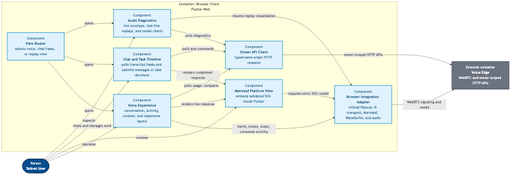
Above: products/voice-agent/docs/architecture/c3-browser-client.png in ragavsathish/agent-workload-platform (Mermaid), before the change. Its source is kept beside it as products/voice-agent/docs/architecture/c3-browser-client.mmd. The source it was exported from:
```mermaid
flowchart LR
    USER([Person<br/><b>Tailnet User</b>])
    EDGE[External container<br/><b>Voice Edge</b><br/>WebRTC and owner-scoped HTTP APIs]

    subgraph BROWSER["Container: Browser Client · Flutter Web"]
        direction TB
        ROUTER["Component<br/><b>View Router</b><br/>selects voice, chat/tasks, or replay view"]
        VOICE["Component<br/><b>Voice Experience</b><br/>conversation, activity, context, and responsive layout"]
        TIMELINE["Component<br/><b>Chat and Task Timeline</b><br/>polls transcript/tasks and submits messages or task decisions"]
        AUDIO["Component<br/><b>Audio Diagnostics</b><br/>live envelope, last-five replays, and model charts"]
        API["Component<br/><b>Owner API Client</b><br/>typed same-origin HTTP requests"]
        DIAGRAM["Component<br/><b>Mermaid Platform View</b><br/>embeds validated SVG inside Flutter"]
        ADAPTER["Component<br/><b>Browser Integration Adapter</b><br/>official Pipecat JS transport, Mermaid, WaveSurfer, and audio"]

        ROUTER -->|"opens"| VOICE
        ROUTER -->|"opens"| TIMELINE
        ROUTER -->|"opens"| AUDIO
        VOICE -->|"starts, mutes, stops; consumes activity"| ADAPTER
        VOICE -->|"renders live response"| DIAGRAM
        TIMELINE -->|"renders completed response"| DIAGRAM
        DIAGRAM -->|"requests strict SVG render"| ADAPTER
        VOICE -->|"polls usage; compacts"| API
        TIMELINE -->|"polls and commands"| API
        AUDIO -->|"polls diagnostics"| API
        AUDIO -->|"mounts replay visualization"| ADAPTER
    end

    USER -->|"operates"| VOICE
    USER -->|"reviews"| DIAGRAM
    USER -->|"chats and manages work"| TIMELINE
    USER -->|"inspects"| AUDIO
    ADAPTER -->|"WebRTC signaling and media"| EDGE
    API -->|"owner-scoped HTTP APIs"| EDGE

    classDef person fill:#084c8d,color:#fff,stroke:#05345f,stroke-width:2px;
    classDef component fill:#e0f2fe,color:#0c4a6e,stroke:#0284c7,stroke-width:2px;
    classDef external fill:#6b7280,color:#fff,stroke:#374151,stroke-width:2px;
    class USER person;
    class ROUTER,VOICE,TIMELINE,AUDIO,API,DIAGRAM,ADAPTER component;
    class EDGE external;
```
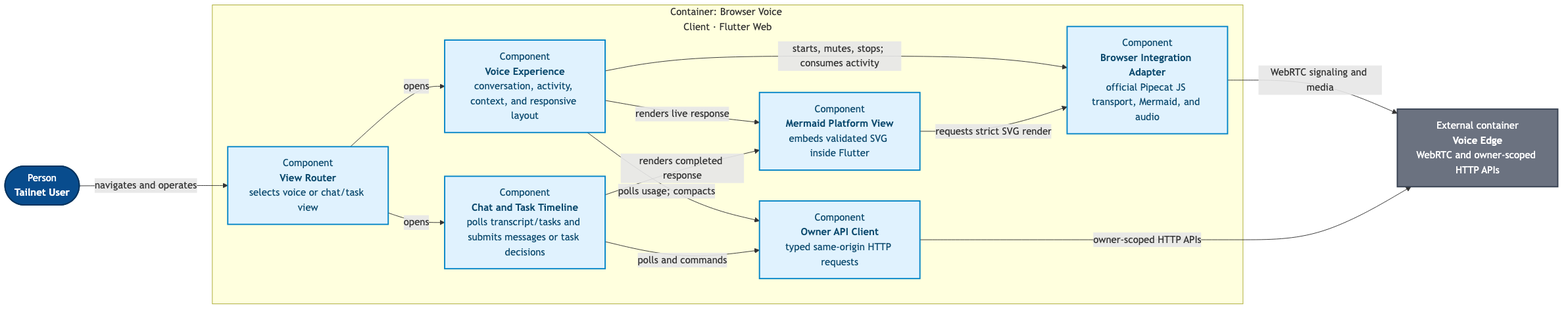
The same diagram one commit later.

Diff of the diagram source:
```diff
@@ -2,33 +2,26 @@
     USER([Person<br/><b>Tailnet User</b>])
     EDGE[External container<br/><b>Voice Edge</b><br/>WebRTC and owner-scoped HTTP APIs]
 
-    subgraph BROWSER["Container: Browser Client · Flutter Web"]
+    subgraph BROWSER["Container: Browser Voice Client · Flutter Web"]
         direction TB
-        ROUTER["Component<br/><b>View Router</b><br/>selects voice, chat/tasks, or replay view"]
+        ROUTER["Component<br/><b>View Router</b><br/>selects voice or chat/task view"]
         VOICE["Component<br/><b>Voice Experience</b><br/>conversation, activity, context, and responsive layout"]
         TIMELINE["Component<br/><b>Chat and Task Timeline</b><br/>polls transcript/tasks and submits messages or task decisions"]
-        AUDIO["Component<br/><b>Audio Diagnostics</b><br/>live envelope, last-five replays, and model charts"]
         API["Component<br/><b>Owner API Client</b><br/>typed same-origin HTTP requests"]
         DIAGRAM["Component<br/><b>Mermaid Platform View</b><br/>embeds validated SVG inside Flutter"]
-        ADAPTER["Component<br/><b>Browser Integration Adapter</b><br/>official Pipecat JS transport, Mermaid, WaveSurfer, and audio"]
+        ADAPTER["Component<br/><b>Browser Integration Adapter</b><br/>official Pipecat JS transport, Mermaid, and audio"]
 
         ROUTER -->|"opens"| VOICE
         ROUTER -->|"opens"| TIMELINE
-        ROUTER -->|"opens"| AUDIO
         VOICE -->|"starts, mutes, stops; consumes activity"| ADAPTER
         VOICE -->|"renders live response"| DIAGRAM
         TIMELINE -->|"renders completed response"| DIAGRAM
         DIAGRAM -->|"requests strict SVG render"| ADAPTER
         VOICE -->|"polls usage; compacts"| API
         TIMELINE -->|"polls and commands"| API
-        AUDIO -->|"polls diagnostics"| API
-        AUDIO -->|"mounts replay visualization"| ADAPTER
     end
 
-    USER -->|"operates"| VOICE
-    USER -->|"reviews"| DIAGRAM
-    USER -->|"chats and manages work"| TIMELINE
-    USER -->|"inspects"| AUDIO
+    USER -->|"navigates and operates"| ROUTER
     ADAPTER -->|"WebRTC signaling and media"| EDGE
     API -->|"owner-scoped HTTP APIs"| EDGE
 
@@ -36,5 +29,5 @@
     classDef component fill:#e0f2fe,color:#0c4a6e,stroke:#0284c7,stroke-width:2px;
     classDef external fill:#6b7280,color:#fff,stroke:#374151,stroke-width:2px;
     class USER person;
-    class ROUTER,VOICE,TIMELINE,AUDIO,API,DIAGRAM,ADAPTER component;
+    class ROUTER,VOICE,TIMELINE,API,DIAGRAM,ADAPTER component;
     class EDGE external;
```
